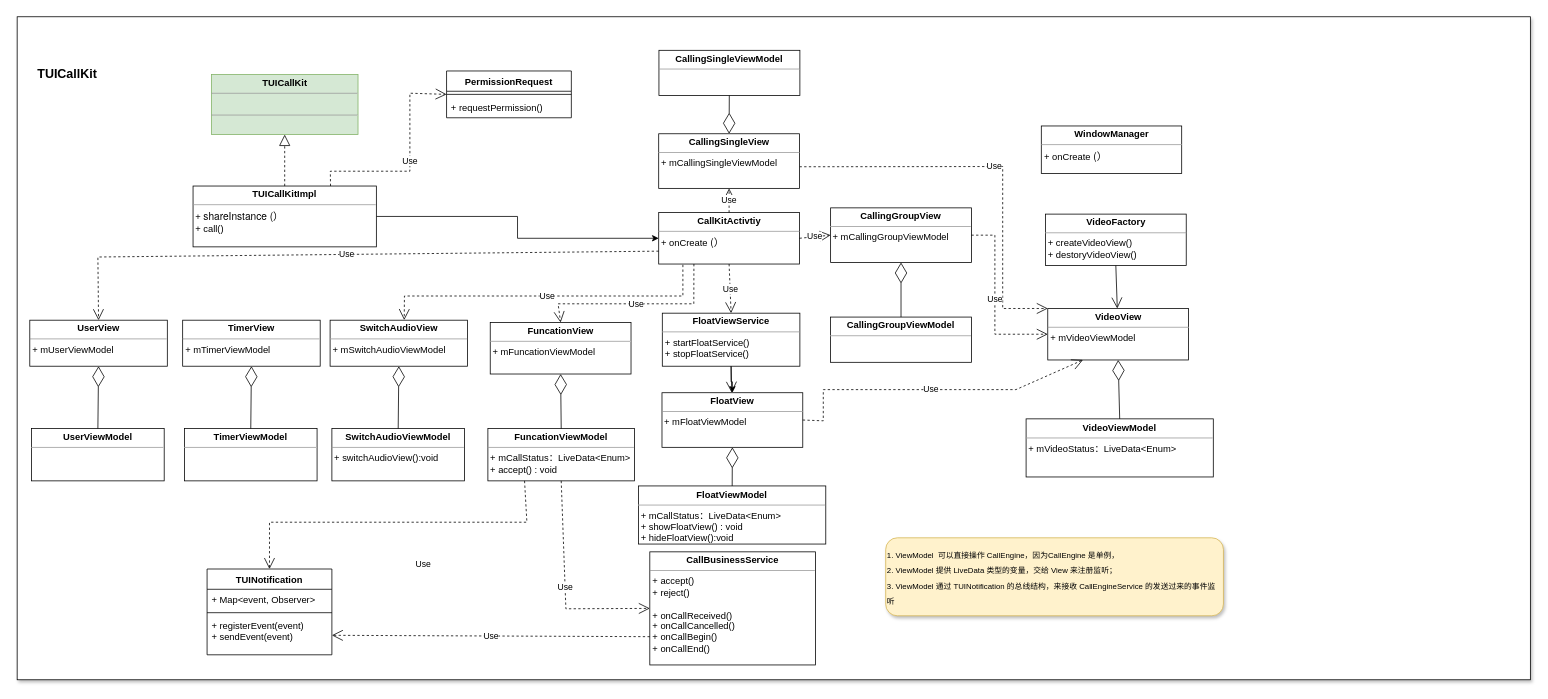
Before: diagrams/uikit3.0.drawio in paopaosecret/resources, a draw.io diagram. Source tidied: cells renumbered, new cells numbered last; positions are measured from the earlier drawing's top-left corner, leaving out a move shared by most shapes. Both pictures are drawn from the tidied source at 78%, with x=0, y=0 at pixel (16, 16).
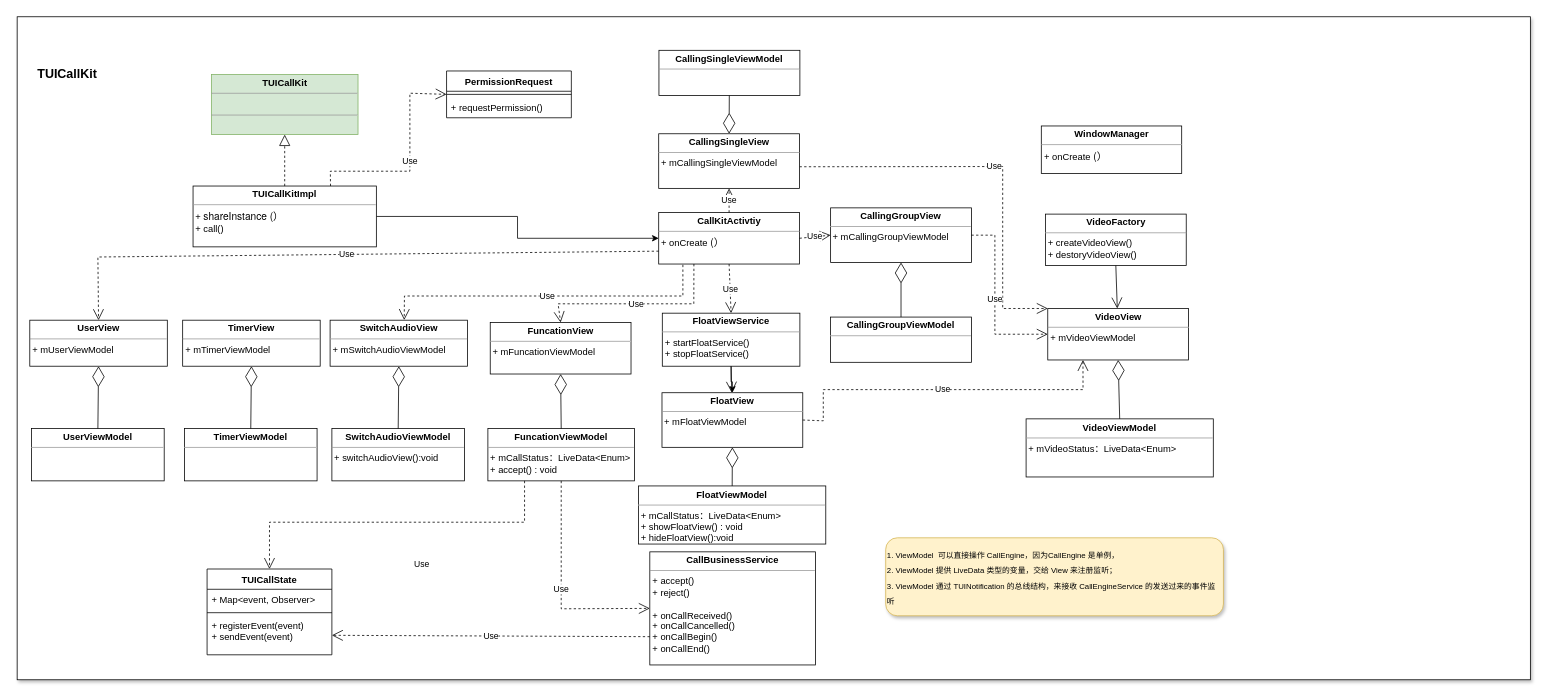
The same page after the edit.

Unchanged cells that the change refers to:
```xml
<mxCell id="9" value="&lt;p style=&quot;margin: 0px ; margin-top: 4px ; text-align: center&quot;&gt;&lt;b&gt;VideoView&lt;/b&gt;&lt;/p&gt;&lt;hr size=&quot;1&quot;&gt;&lt;p style=&quot;margin: 0px ; margin-left: 4px&quot;&gt;&lt;/p&gt;&lt;p style=&quot;margin: 0px ; margin-left: 4px&quot;&gt;&lt;/p&gt;&lt;span style=&quot;font-weight: 700 ; text-align: center&quot;&gt;&amp;nbsp;&lt;/span&gt;&lt;span style=&quot;text-align: center&quot;&gt;+ mVideoViewModel&lt;/span&gt;&lt;span style=&quot;text-align: center&quot;&gt;&lt;br&gt;&lt;/span&gt;" style="verticalAlign=top;align=left;overflow=fill;fontSize=12;fontFamily=Helvetica;html=1;fontStyle=0;" parent="1" vertex="1">
  <mxGeometry x="1321.8" y="374" width="180.5" height="66" as="geometry" />
</mxCell>
<mxCell id="11" value="&lt;p style=&quot;margin: 0px ; margin-top: 4px ; text-align: center&quot;&gt;&lt;b&gt;CallBusinessService&lt;/b&gt;&lt;/p&gt;&lt;hr size=&quot;1&quot;&gt;&lt;p style=&quot;margin: 0px ; margin-left: 4px&quot;&gt;&lt;/p&gt;&lt;p style=&quot;margin: 0px ; margin-left: 4px&quot;&gt;&lt;/p&gt;&lt;span style=&quot;font-weight: 700 ; text-align: center&quot;&gt;&amp;nbsp;&lt;/span&gt;&lt;span style=&quot;text-align: center&quot;&gt;+ accept()&lt;/span&gt;&lt;span style=&quot;text-align: center&quot;&gt;&lt;br&gt;&amp;nbsp;+ reject()&lt;br&gt;&lt;br&gt;&amp;nbsp;+ onCallReceived()&lt;br&gt;&lt;/span&gt;&lt;span style=&quot;text-align: center&quot;&gt;&amp;nbsp;+ onCallCancelled()&lt;br&gt;&amp;nbsp;+ onCallBegin()&lt;br&gt;&amp;nbsp;+ onCallEnd()&lt;br&gt;&lt;/span&gt;" style="verticalAlign=top;align=left;overflow=fill;fontSize=12;fontFamily=Helvetica;html=1;fontStyle=0;" parent="1" vertex="1">
  <mxGeometry x="811.6" y="686" width="212.4" height="145" as="geometry" />
</mxCell>
<mxCell id="16" value="&lt;p style=&quot;margin: 0px ; margin-top: 4px ; text-align: center&quot;&gt;&lt;b&gt;FuncationViewModel&lt;/b&gt;&lt;/p&gt;&lt;hr size=&quot;1&quot;&gt;&lt;p style=&quot;margin: 0px ; margin-left: 4px&quot;&gt;&lt;/p&gt;&lt;p style=&quot;margin: 0px ; margin-left: 4px&quot;&gt;&lt;/p&gt;&lt;span style=&quot;font-weight: 700 ; text-align: center&quot;&gt;&amp;nbsp;&lt;/span&gt;&lt;span style=&quot;text-align: center;&quot;&gt;+ mCallStatus：&lt;/span&gt;&lt;span style=&quot;text-align: center;&quot;&gt;LiveData&amp;lt;Enum&amp;gt;&lt;/span&gt;&lt;span style=&quot;text-align: center&quot;&gt;&lt;br&gt;&amp;nbsp;+ accept() : void&lt;br&gt;&lt;/span&gt;" style="verticalAlign=top;align=left;overflow=fill;fontSize=12;fontFamily=Helvetica;html=1;fontStyle=0;" parent="1" vertex="1">
  <mxGeometry x="604" y="528" width="188" height="67" as="geometry" />
</mxCell>
<mxCell id="19" value="&lt;p style=&quot;margin: 0px ; margin-top: 4px ; text-align: center&quot;&gt;&lt;b&gt;FloatView&lt;/b&gt;&lt;/p&gt;&lt;hr size=&quot;1&quot;&gt;&lt;p style=&quot;margin: 0px ; margin-left: 4px&quot;&gt;&lt;/p&gt;&lt;p style=&quot;margin: 0px ; margin-left: 4px&quot;&gt;&lt;/p&gt;&lt;span style=&quot;font-weight: 700 ; text-align: center&quot;&gt;&amp;nbsp;&lt;/span&gt;&lt;span style=&quot;text-align: center&quot;&gt;+ mFloatViewModel&lt;/span&gt;&lt;span style=&quot;text-align: center&quot;&gt;&lt;br&gt;&lt;/span&gt;" style="verticalAlign=top;align=left;overflow=fill;fontSize=12;fontFamily=Helvetica;html=1;fontStyle=0;" parent="1" vertex="1">
  <mxGeometry x="827.2" y="482" width="180.5" height="70" as="geometry" />
</mxCell>
```

Change to the diagram source:
```diff
@@
     <mxCell id="26" value="Use" style="endArrow=open;endSize=12;dashed=1;html=1;rounded=0;exitX=0.5;exitY=1;exitDx=0;exitDy=0;entryX=0;entryY=0.5;entryDx=0;entryDy=0;" parent="1" edge="1" source="16" target="11">
       <mxGeometry relative="1" as="geometry">
         <Array as="points">
-          <mxPoint x="704" y="759" />
+          <mxPoint x="698" y="759" />
         </Array>
       </mxGeometry>
     </mxCell>
-    <mxCell id="27" value="TUINotification" style="swimlane;fontStyle=1;align=center;verticalAlign=top;horizontal=1;startSize=26;" parent="1" vertex="1">
+    <mxCell id="27" value="TUICallState" style="swimlane;fontStyle=1;align=center;verticalAlign=top;horizontal=1;startSize=26;" parent="1" vertex="1">
       <mxGeometry x="244" y="708" width="160" height="110" as="geometry" />
     </mxCell>
@@
     <mxCell id="32" value="Use" style="endArrow=open;endSize=12;dashed=1;html=1;rounded=0;exitX=0.25;exitY=1;exitDx=0;exitDy=0;entryX=0.5;entryY=0;entryDx=0;entryDy=0;" parent="1" edge="1" source="16" target="27">
       <mxGeometry x="-0.16" y="54" relative="1" as="geometry">
         <Array as="points">
-          <mxPoint x="654" y="648" />
+          <mxPoint x="651" y="648" />
           <mxPoint x="324" y="648" />
         </Array>
       </mxGeometry>
     </mxCell>
     <mxCell id="33" value="Use" style="endArrow=open;endSize=12;dashed=1;html=1;rounded=0;exitX=1;exitY=0.5;exitDx=0;exitDy=0;entryX=0.25;entryY=1;entryDx=0;entryDy=0;" parent="1" edge="1" source="19" target="9">
       <mxGeometry relative="1" as="geometry">
         <Array as="points">
           <mxPoint x="1034" y="518" />
           <mxPoint x="1034" y="478" />
           <mxPoint x="1217" y="478" />
-          <mxPoint x="1281" y="478" />
+          <mxPoint x="1367" y="478" />
         </Array>
       </mxGeometry>
     </mxCell>
```
